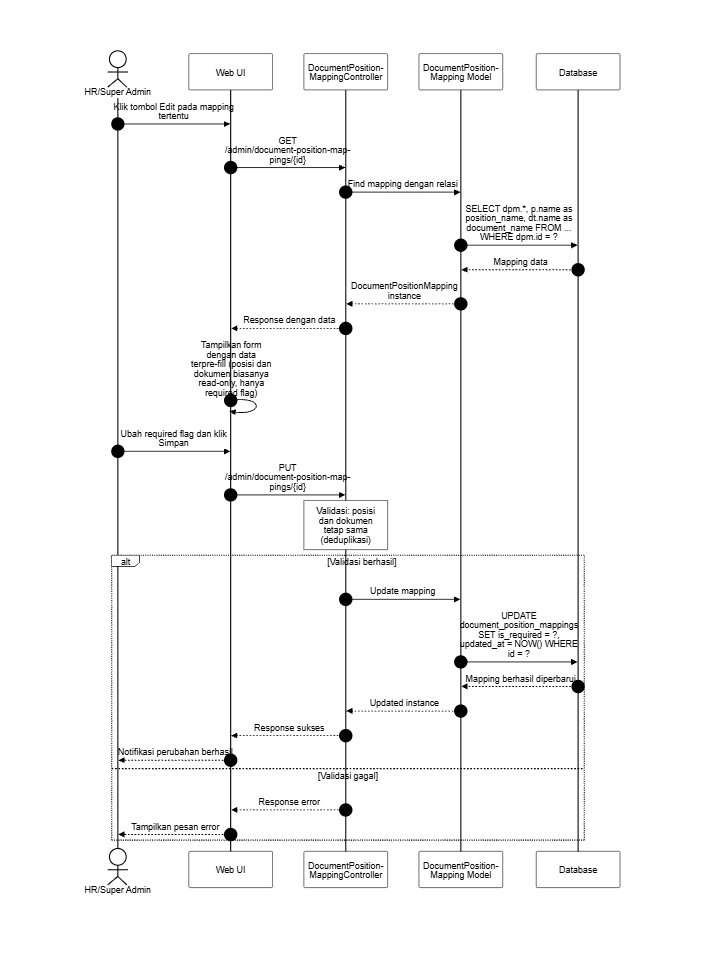
Above: docs/SequenceDiagram/PNG_Transparent/DataMasterDokumenPosisi-Ubah.png in SulaimanHafi23/SimpegRSHDI (Mermaid), before the change. Its source is kept beside it as docs/SequenceDiagram/DataMasterDokumenPosisi-Ubah.mermaid.
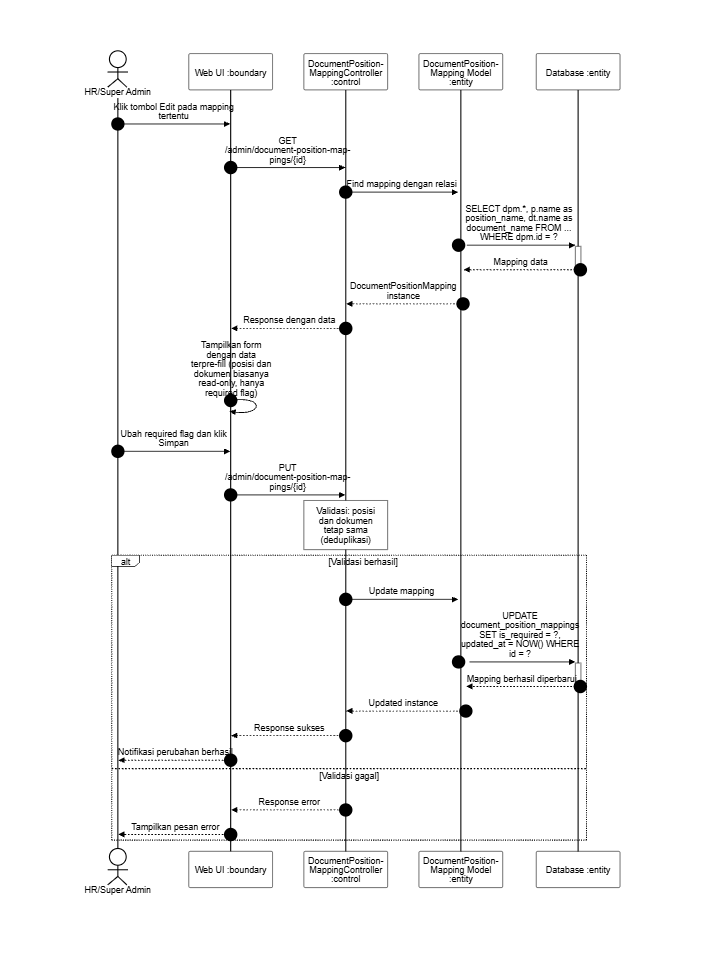
Later version of the same file.

The edit, as a diff of the source:
```diff
@@ -6,16 +6,16 @@
 sequenceDiagram
     autonumber
     actor HR as HR/Super Admin
-    participant UI as Web UI
-    participant C as DocumentPositionMappingController
-    participant DPM as DocumentPositionMapping Model
-    participant DB as Database
+    participant UI as Web UI :boundary
+    participant C as DocumentPositionMappingController :control
+    participant DPM as DocumentPositionMapping Model :entity
+    participant DB as Database :entity
 
     HR->>UI: Klik tombol Edit pada mapping tertentu
     UI->>C: GET /admin/document-position-mappings/{id}
-    C->>DPM: Find mapping dengan relasi
-    DPM->>DB: SELECT dpm.*, p.name as position_name, dt.name as document_name FROM ... WHERE dpm.id = ?
-    DB-->>DPM: Mapping data
+    C->>+DPM: Find mapping dengan relasi
+    DPM->>+DB: SELECT dpm.*, p.name as position_name, dt.name as document_name FROM ... WHERE dpm.id = ?
+    DB-->>-DPM: Mapping data
     DPM-->>C: DocumentPositionMapping instance
     C-->>UI: Response dengan data
     UI->>UI: Tampilkan form dengan data terpre-fill (posisi dan dokumen biasanya read-only, hanya required flag)
@@ -23,9 +23,9 @@
     UI->>C: PUT /admin/document-position-mappings/{id}
     note over C: Validasi: posisi dan dokumen tetap sama (deduplikasi)
     alt Validasi berhasil
-        C->>DPM: Update mapping
-        DPM->>DB: UPDATE document_position_mappings SET is_required = ?, updated_at = NOW() WHERE id = ?
-        DB-->>DPM: Mapping berhasil diperbarui
+        C->>+DPM: Update mapping
+        DPM->>+DB: UPDATE document_position_mappings SET is_required = ?, updated_at = NOW() WHERE id = ?
+        DB-->>-DPM: Mapping berhasil diperbarui
         DPM-->>C: Updated instance
         C-->>UI: Response sukses
         UI-->>HR: Notifikasi perubahan berhasil
```
